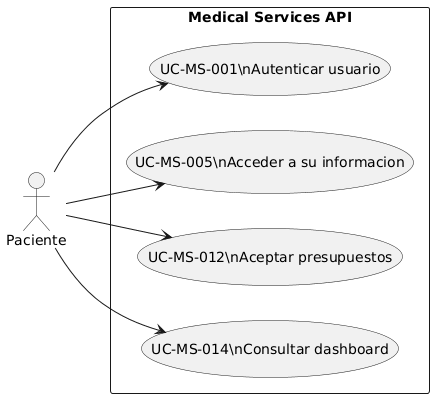
Before: docs/assets/use_case_paciente.png, a diagram exported from PlantUML (Yop007N/medicalcenter).
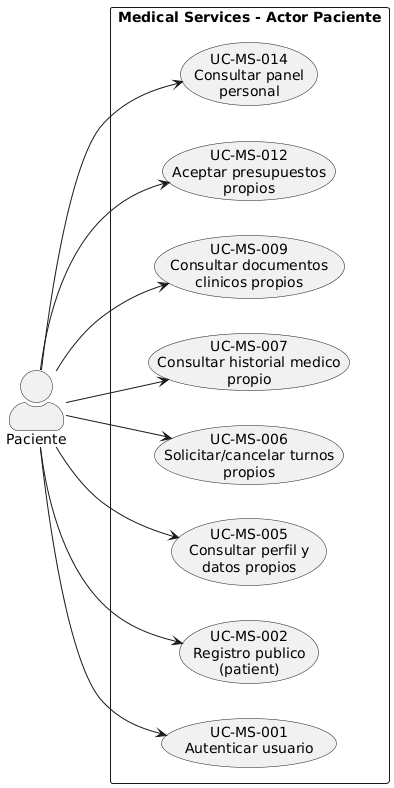
Above is the later version.

Diff of the diagram source:
```diff
@@ -1,15 +1,28 @@
 @startuml
 left to right direction
 skinparam packageStyle rectangle
+skinparam shadowing false
+skinparam actorStyle awesome
+
 actor Paciente as C
-rectangle "Medical Services API" {
-  usecase "UC-MS-001\\nAutenticar usuario" as UC1
-  usecase "UC-MS-005\\nAcceder a su informacion" as UC5
-  usecase "UC-MS-012\\nAceptar presupuestos" as UC12
-  usecase "UC-MS-014\\nConsultar dashboard" as UC14
+
+rectangle "Medical Services - Actor Paciente" {
+  usecase "UC-MS-001\nAutenticar usuario" as UC1
+  usecase "UC-MS-002\nRegistro publico\n(patient)" as UC2
+  usecase "UC-MS-005\nConsultar perfil y\ndatos propios" as UC5
+  usecase "UC-MS-006\nSolicitar/cancelar turnos\npropios" as UC6
+  usecase "UC-MS-007\nConsultar historial medico\npropio" as UC7
+  usecase "UC-MS-009\nConsultar documentos\nclinicos propios" as UC9
+  usecase "UC-MS-012\nAceptar presupuestos\npropios" as UC12
+  usecase "UC-MS-014\nConsultar panel\npersonal" as UC14
 }
+
 C --> UC1
+C --> UC2
 C --> UC5
+C --> UC6
+C --> UC7
+C --> UC9
 C --> UC12
 C --> UC14
 @enduml
```
